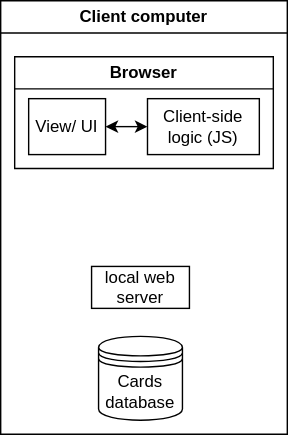
This is cardsql-architecture-design.drawio.svg from dinesh-58/draw.io-diagrams-storage, a draw.io export, as it was before one commit. Source tidied: cells renumbered, new cells last; positions are measured from the earlier drawing's top-left corner, leaving out a move shared by most shapes. Source of this version:
```xml
<mxGraphModel>
  <root>
    <mxCell id="0" />
    <mxCell id="1" parent="0" />
    <mxCell id="2" value="Client computer" style="swimlane;whiteSpace=wrap;html=1;" parent="1" vertex="1">
      <mxGeometry width="205" height="310" as="geometry" />
    </mxCell>
    <mxCell id="3" value="Cards database" style="shape=datastore;whiteSpace=wrap;html=1;" parent="2" vertex="1">
      <mxGeometry x="70" y="240" width="60" height="60" as="geometry" />
    </mxCell>
    <mxCell id="4" value="local web server" style="html=1;dashed=0;whiteSpace=wrap;" parent="2" vertex="1">
      <mxGeometry x="65" y="190" width="70" height="30" as="geometry" />
    </mxCell>
    <mxCell id="5" value="Browser" style="swimlane;whiteSpace=wrap;html=1;" parent="2" vertex="1">
      <mxGeometry x="10" y="40" width="185" height="80" as="geometry" />
    </mxCell>
    <mxCell id="6" style="edgeStyle=orthogonalEdgeStyle;rounded=0;jettySize=auto;html=1;exitX=1;exitY=0.5;exitDx=0;exitDy=0;entryX=0;entryY=0.5;entryDx=0;entryDy=0;startArrow=classic;startFill=1;" parent="5" edge="1" source="7" target="8">
      <mxGeometry relative="1" as="geometry" />
    </mxCell>
    <mxCell id="7" value="View/ UI" style="rounded=0;whiteSpace=wrap;html=1;" parent="5" vertex="1">
      <mxGeometry x="10" y="30" width="55" height="40" as="geometry" />
    </mxCell>
    <mxCell id="8" value="Client-side&lt;br&gt;logic (JS)" style="rounded=0;whiteSpace=wrap;html=1;" parent="5" vertex="1">
      <mxGeometry x="95" y="30" width="80" height="40" as="geometry" />
    </mxCell>
  </root>
</mxGraphModel>
```
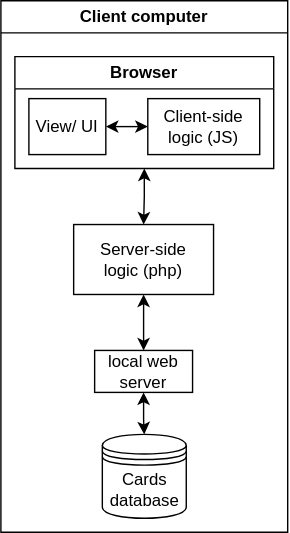
The same file after the commit.

Diff of the diagram source:
```diff
@@ -3,14 +3,20 @@
     <mxCell id="0" />
     <mxCell id="1" parent="0" />
     <mxCell id="2" value="Client computer" style="swimlane;whiteSpace=wrap;html=1;" parent="1" vertex="1">
-      <mxGeometry width="205" height="310" as="geometry" />
+      <mxGeometry width="205" height="380" as="geometry" />
     </mxCell>
     <mxCell id="3" value="Cards database" style="shape=datastore;whiteSpace=wrap;html=1;" parent="2" vertex="1">
-      <mxGeometry x="70" y="240" width="60" height="60" as="geometry" />
+      <mxGeometry x="72.5" y="310" width="60" height="60" as="geometry" />
     </mxCell>
+    <mxCell id="9" style="edgeStyle=orthogonalEdgeStyle;rounded=0;jettySize=auto;html=1;startArrow=classic;startFill=1;" parent="2" edge="1" source="4" target="3">
+      <mxGeometry relative="1" as="geometry" />
+    </mxCell>
     <mxCell id="4" value="local web server" style="html=1;dashed=0;whiteSpace=wrap;" parent="2" vertex="1">
-      <mxGeometry x="65" y="190" width="70" height="30" as="geometry" />
+      <mxGeometry x="67" y="250" width="70" height="30" as="geometry" />
     </mxCell>
+    <mxCell id="10" style="edgeStyle=orthogonalEdgeStyle;rounded=0;jettySize=auto;html=1;entryX=0.5;entryY=0;entryDx=0;entryDy=0;startArrow=classic;startFill=1;" parent="2" edge="1" source="5" target="12">
+      <mxGeometry relative="1" as="geometry" />
+    </mxCell>
     <mxCell id="5" value="Browser" style="swimlane;whiteSpace=wrap;html=1;" parent="2" vertex="1">
       <mxGeometry x="10" y="40" width="185" height="80" as="geometry" />
     </mxCell>
@@ -23,5 +29,11 @@
     <mxCell id="8" value="Client-side&lt;br&gt;logic (JS)" style="rounded=0;whiteSpace=wrap;html=1;" parent="5" vertex="1">
       <mxGeometry x="95" y="30" width="80" height="40" as="geometry" />
     </mxCell>
+    <mxCell id="11" style="edgeStyle=orthogonalEdgeStyle;rounded=0;jettySize=auto;html=1;startArrow=classic;startFill=1;" parent="2" edge="1" source="12" target="4">
+      <mxGeometry relative="1" as="geometry" />
+    </mxCell>
+    <mxCell id="12" value="Server-side&lt;br&gt;logic (php)" style="html=1;dashed=0;whiteSpace=wrap;" parent="2" vertex="1">
+      <mxGeometry x="52" y="160" width="100" height="50" as="geometry" />
+    </mxCell>
   </root>
 </mxGraphModel>
```
